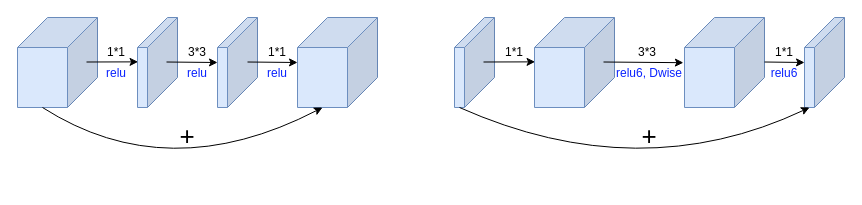
duoduodanmohen/opencv keeps this draw.io diagram as data/vec_files/倒残差结构.drawio. Above is the earlier version. Source tidied: cells renumbered, new cells numbered last; positions are measured from the earlier drawing's top-left corner, leaving out a move shared by most shapes. Both pictures are drawn from the tidied source at 100%, with x=0, y=0 at pixel (17, 17).
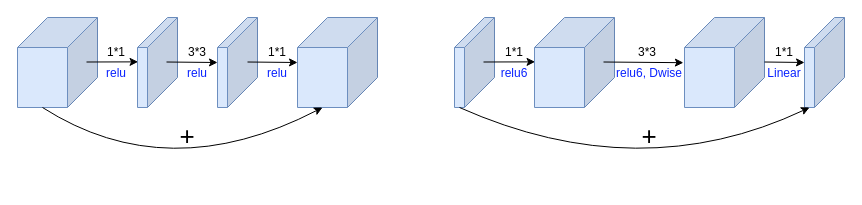
After the change.

Commit message (it also covers changes not shown here):
倒残差结构.drawio

Unchanged cells that the change refers to:
```xml
<mxCell id="18" style="group;" parent="1" vertex="1">
  <mxGeometry x="437" width="390" height="170" as="geometry" />
</mxCell>
```

What changed in the source:
```diff
@@
-    <mxCell id="31" value="&lt;font color=&quot;#0a23ff&quot;&gt;relu6&lt;/font&gt;" style="text;html=1;strokeColor=none;fillColor=none;align=center;verticalAlign=middle;whiteSpace=wrap;rounded=0;" parent="18" vertex="1">
+    <mxCell id="31" value="&lt;font color=&quot;#0a23ff&quot;&gt;Linear&lt;/font&gt;" style="text;html=1;strokeColor=none;fillColor=none;align=center;verticalAlign=middle;whiteSpace=wrap;rounded=0;" parent="18" vertex="1">
       <mxGeometry x="310" y="50" width="40" height="12" as="geometry" />
     </mxCell>
@@
+    <mxCell id="33" value="&lt;font color=&quot;#0a23ff&quot;&gt;relu6&lt;/font&gt;" style="text;html=1;strokeColor=none;fillColor=none;align=center;verticalAlign=middle;whiteSpace=wrap;rounded=0;" parent="18" vertex="1">
+      <mxGeometry x="40" y="50" width="40" height="12" as="geometry" />
+    </mxCell>
```
